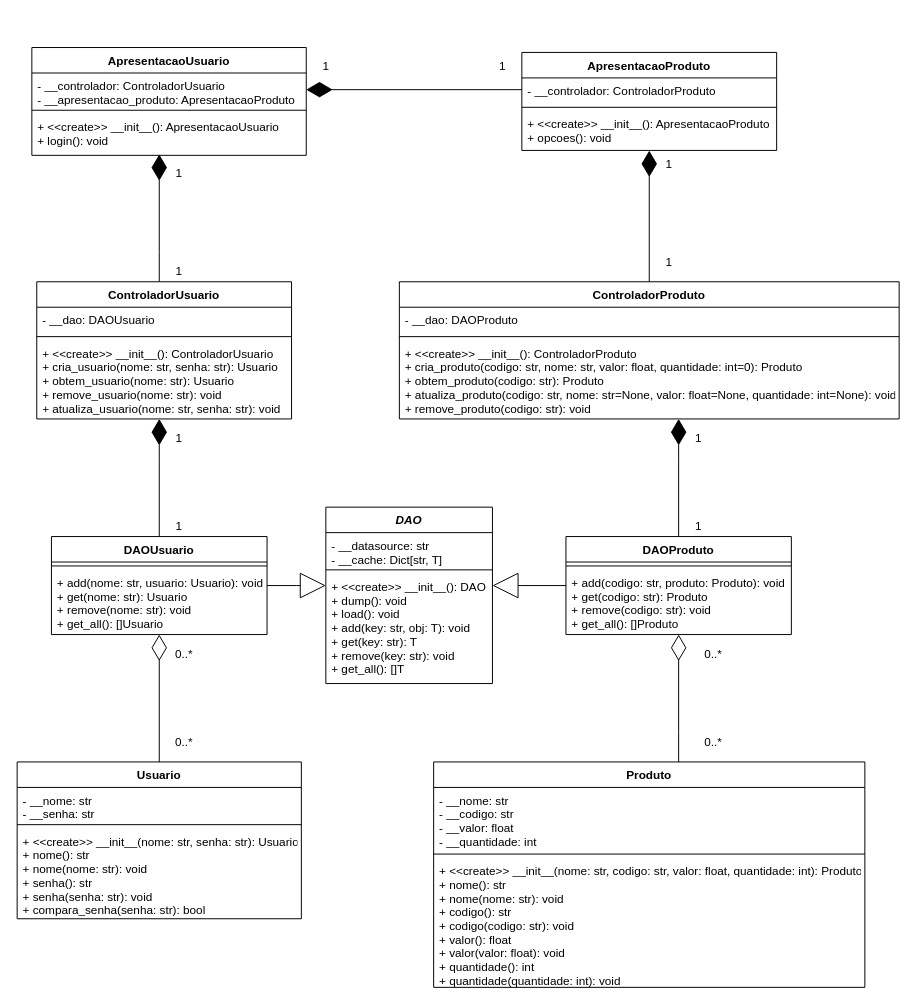
GianOrtiz/ine5404-exemplo-mvc keeps this draw.io diagram as UML.drawio. Above is the earlier version. Source tidied: cells renumbered, new cells numbered last; positions are measured from the earlier drawing's top-left corner, leaving out a move shared by most shapes. Both pictures are drawn from the tidied source at 98%, with x=0, y=0 at pixel (17, 47).
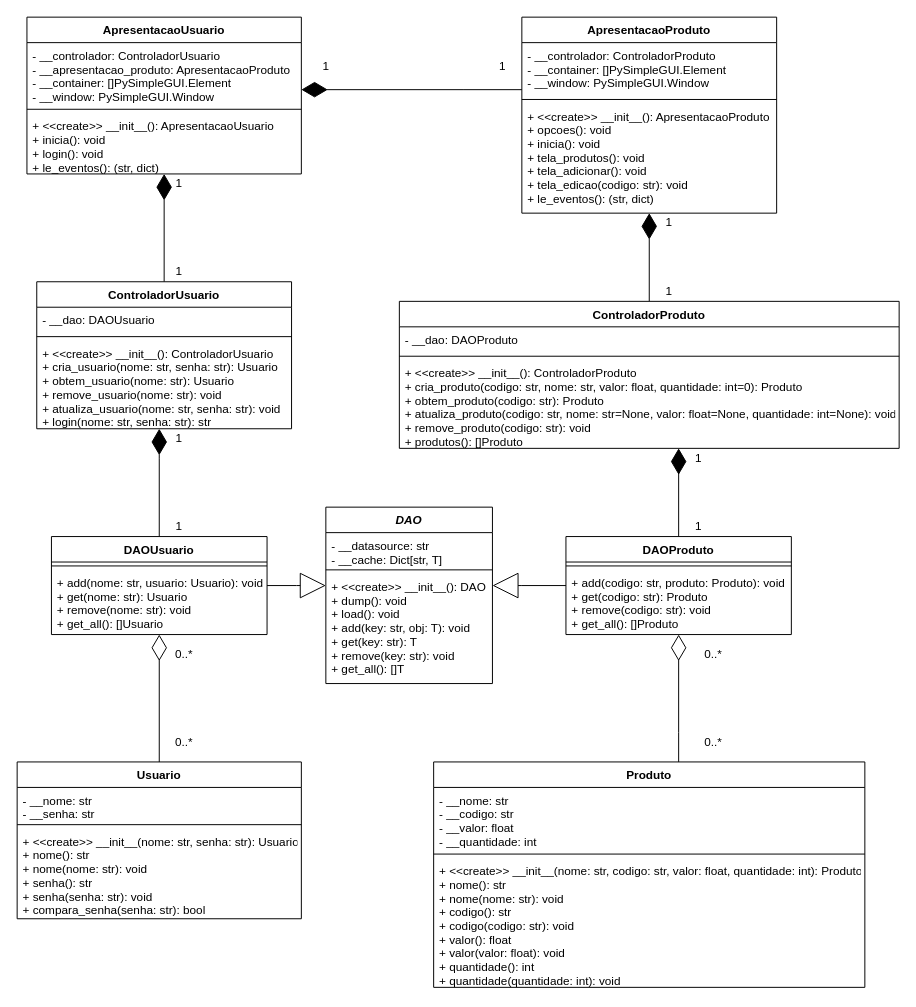
The same diagram, later.

Commit message (it also covers changes not shown here):
Use PySimpleGUI as GUI layout

Diff of the diagram source:
```diff
@@
     <mxCell id="2" value="ApresentacaoUsuario" style="swimlane;fontStyle=1;align=center;verticalAlign=top;horizontal=1;startSize=26;" parent="1" vertex="1">
-      <mxGeometry x="15" width="280" height="110" as="geometry" />
+      <mxGeometry x="10" y="-31" width="280" height="160" as="geometry" />
     </mxCell>
-    <mxCell id="3" value="- __controlador: ControladorUsuario&#10;- __apresentacao_produto: ApresentacaoProduto" style="text;strokeColor=none;fillColor=none;align=left;verticalAlign=top;spacingLeft=4;spacingRight=4;overflow=hidden;points=[[0,0.5],[1,0.5]];portConstraint=eastwest;" parent="2" vertex="1">
-      <mxGeometry y="26" width="280" height="34" as="geometry" />
+    <mxCell id="3" value="- __controlador: ControladorUsuario&#10;- __apresentacao_produto: ApresentacaoProduto&#10;- __container: []PySimpleGUI.Element&#10;- __window: PySimpleGUI.Window" style="text;strokeColor=none;fillColor=none;align=left;verticalAlign=top;spacingLeft=4;spacingRight=4;overflow=hidden;points=[[0,0.5],[1,0.5]];portConstraint=eastwest;" parent="2" vertex="1">
+      <mxGeometry y="26" width="280" height="64" as="geometry" />
     </mxCell>
     <mxCell id="4" style="line;strokeWidth=1;fillColor=none;align=left;verticalAlign=middle;spacingTop=-1;spacingLeft=3;spacingRight=3;labelPosition=right;" parent="2" vertex="1">
-      <mxGeometry y="60" width="280" height="8" as="geometry" />
+      <mxGeometry y="90" width="280" height="8" as="geometry" />
     </mxCell>
-    <mxCell id="5" value="+ &lt;&lt;create&gt;&gt; __init__(): ApresentacaoUsuario&#10;+ login(): void" style="text;strokeColor=none;fillColor=none;align=left;verticalAlign=top;spacingLeft=4;spacingRight=4;overflow=hidden;" parent="2" vertex="1">
-      <mxGeometry y="68" width="280" height="42" as="geometry" />
+    <mxCell id="5" value="+ &lt;&lt;create&gt;&gt; __init__(): ApresentacaoUsuario&#10;+ inicia(): void&#10;+ login(): void&#10;+ le_eventos(): (str, dict)" style="text;strokeColor=none;fillColor=none;align=left;verticalAlign=top;spacingLeft=4;spacingRight=4;overflow=hidden;" parent="2" vertex="1">
+      <mxGeometry y="98" width="280" height="62" as="geometry" />
     </mxCell>
@@
     <mxCell id="7" value="ApresentacaoProduto" style="swimlane;fontStyle=1;align=center;verticalAlign=top;horizontal=1;startSize=26;" parent="1" vertex="1">
-      <mxGeometry x="515" y="5" width="260" height="100" as="geometry" />
+      <mxGeometry x="515" y="-31" width="260" height="200" as="geometry" />
     </mxCell>
-    <mxCell id="8" value="- __controlador: ControladorProduto" style="text;strokeColor=none;fillColor=none;align=left;verticalAlign=top;spacingLeft=4;spacingRight=4;overflow=hidden;" parent="7" vertex="1">
-      <mxGeometry y="26" width="260" height="26" as="geometry" />
+    <mxCell id="8" value="- __controlador: ControladorProduto&#10;- __container: []PySimpleGUI.Element&#10;- __window: PySimpleGUI.Window&#10;" style="text;strokeColor=none;fillColor=none;align=left;verticalAlign=top;spacingLeft=4;spacingRight=4;overflow=hidden;" parent="7" vertex="1">
+      <mxGeometry y="26" width="260" height="54" as="geometry" />
     </mxCell>
     <mxCell id="9" style="line;strokeWidth=1;fillColor=none;align=left;verticalAlign=middle;spacingTop=-1;spacingLeft=3;spacingRight=3;labelPosition=right;" parent="7" vertex="1">
-      <mxGeometry y="52" width="260" height="8" as="geometry" />
+      <mxGeometry y="80" width="260" height="8" as="geometry" />
     </mxCell>
-    <mxCell id="10" value="+ &lt;&lt;create&gt;&gt; __init__(): ApresentacaoProduto&#10;+ opcoes(): void" style="text;strokeColor=none;fillColor=none;align=left;verticalAlign=top;spacingLeft=4;spacingRight=4;overflow=hidden;points=[[0,0.5],[1,0.5]];portConstraint=eastwest;" parent="7" vertex="1">
-      <mxGeometry y="60" width="260" height="40" as="geometry" />
+    <mxCell id="10" value="+ &lt;&lt;create&gt;&gt; __init__(): ApresentacaoProduto&#10;+ opcoes(): void&#10;+ inicia(): void&#10;+ tela_produtos(): void&#10;+ tela_adicionar(): void&#10;+ tela_edicao(codigo: str): void&#10;+ le_eventos(): (str, dict)&#10;" style="text;strokeColor=none;fillColor=none;align=left;verticalAlign=top;spacingLeft=4;spacingRight=4;overflow=hidden;points=[[0,0.5],[1,0.5]];portConstraint=eastwest;" parent="7" vertex="1">
+      <mxGeometry y="88" width="260" height="112" as="geometry" />
     </mxCell>
@@
-    <mxCell id="27" style="edgeStyle=orthogonalEdgeStyle;rounded=0;jettySize=auto;html=1;endArrow=diamondThin;endFill=1;endSize=24;" parent="1" edge="1" source="28">
-      <mxGeometry relative="1" as="geometry">
-        <mxPoint x="145" y="109" as="targetPoint" />
-        <Array as="points">
-          <mxPoint x="145" y="209" />
-          <mxPoint x="145" y="209" />
-        </Array>
-      </mxGeometry>
-    </mxCell>
+    <mxCell id="60" style="edgeStyle=orthogonalEdgeStyle;rounded=0;jettySize=auto;html=1;endArrow=diamondThin;endFill=1;endSize=24;" parent="1" edge="1" source="28" target="2">
+      <mxGeometry relative="1" as="geometry" />
+    </mxCell>
     <mxCell id="28" value="ControladorUsuario" style="swimlane;fontStyle=1;align=center;verticalAlign=top;horizontal=1;startSize=26;" parent="1" vertex="1">
-      <mxGeometry x="20" y="239" width="260" height="140" as="geometry" />
+      <mxGeometry x="20" y="239" width="260" height="150" as="geometry" />
     </mxCell>
@@
-    <mxCell id="31" value="+ &lt;&lt;create&gt;&gt; __init__(): ControladorUsuario&#10;+ cria_usuario(nome: str, senha: str): Usuario&#10;+ obtem_usuario(nome: str): Usuario&#10;+ remove_usuario(nome: str): void&#10;+ atualiza_usuario(nome: str, senha: str): void&#10;" style="text;strokeColor=none;fillColor=none;align=left;verticalAlign=top;spacingLeft=4;spacingRight=4;overflow=hidden;" parent="28" vertex="1">
-      <mxGeometry y="60" width="260" height="80" as="geometry" />
+    <mxCell id="31" value="+ &lt;&lt;create&gt;&gt; __init__(): ControladorUsuario&#10;+ cria_usuario(nome: str, senha: str): Usuario&#10;+ obtem_usuario(nome: str): Usuario&#10;+ remove_usuario(nome: str): void&#10;+ atualiza_usuario(nome: str, senha: str): void&#10;+ login(nome: str, senha: str): str&#10;" style="text;strokeColor=none;fillColor=none;align=left;verticalAlign=top;spacingLeft=4;spacingRight=4;overflow=hidden;" parent="28" vertex="1">
+      <mxGeometry y="60" width="260" height="90" as="geometry" />
     </mxCell>
@@
-    <mxCell id="37" style="edgeStyle=orthogonalEdgeStyle;rounded=0;jettySize=auto;html=1;entryX=0.5;entryY=1.004;entryDx=0;entryDy=0;entryPerimeter=0;endArrow=diamondThin;endFill=1;endSize=24;" parent="1" edge="1" source="38" target="10">
+    <mxCell id="37" style="edgeStyle=orthogonalEdgeStyle;rounded=0;jettySize=auto;html=1;endArrow=diamondThin;endFill=1;endSize=24;" parent="1" edge="1" source="38" target="7">
       <mxGeometry relative="1" as="geometry" />
     </mxCell>
     <mxCell id="38" value="ControladorProduto" style="swimlane;fontStyle=1;align=center;verticalAlign=top;horizontal=1;startSize=26;" parent="1" vertex="1">
-      <mxGeometry x="390" y="239" width="510" height="140" as="geometry" />
+      <mxGeometry x="390" y="259" width="510" height="150" as="geometry" />
     </mxCell>
@@
-    <mxCell id="41" value="+ &lt;&lt;create&gt;&gt; __init__(): ControladorProduto&#10;+ cria_produto(codigo: str, nome: str, valor: float, quantidade: int=0): Produto&#10;+ obtem_produto(codigo: str): Produto&#10;+ atualiza_produto(codigo: str, nome: str=None, valor: float=None, quantidade: int=None): void&#10;+ remove_produto(codigo: str): void&#10;" style="text;strokeColor=none;fillColor=none;align=left;verticalAlign=top;spacingLeft=4;spacingRight=4;overflow=hidden;" parent="38" vertex="1">
-      <mxGeometry y="60" width="510" height="80" as="geometry" />
+    <mxCell id="41" value="+ &lt;&lt;create&gt;&gt; __init__(): ControladorProduto&#10;+ cria_produto(codigo: str, nome: str, valor: float, quantidade: int=0): Produto&#10;+ obtem_produto(codigo: str): Produto&#10;+ atualiza_produto(codigo: str, nome: str=None, valor: float=None, quantidade: int=None): void&#10;+ remove_produto(codigo: str): void&#10;+ produtos(): []Produto&#10;&#10;" style="text;strokeColor=none;fillColor=none;align=left;verticalAlign=top;spacingLeft=4;spacingRight=4;overflow=hidden;" parent="38" vertex="1">
+      <mxGeometry y="60" width="510" height="90" as="geometry" />
     </mxCell>
@@
     <mxCell id="48" value="1" style="text;html=1;align=center;verticalAlign=middle;strokeColor=none;" parent="1" vertex="1">
-      <mxGeometry x="155" y="119" width="20" height="20" as="geometry" />
+      <mxGeometry x="155" y="129" width="20" height="20" as="geometry" />
     </mxCell>
@@
     <mxCell id="50" value="1" style="text;html=1;align=center;verticalAlign=middle;strokeColor=none;" parent="1" vertex="1">
-      <mxGeometry x="655" y="109" width="20" height="20" as="geometry" />
+      <mxGeometry x="655" y="239" width="20" height="20" as="geometry" />
     </mxCell>
     <mxCell id="51" value="1" style="text;html=1;align=center;verticalAlign=middle;strokeColor=none;" parent="1" vertex="1">
-      <mxGeometry x="655" y="209" width="20" height="20" as="geometry" />
+      <mxGeometry x="655" y="169" width="20" height="20" as="geometry" />
     </mxCell>
     <mxCell id="52" value="1" style="text;html=1;align=center;verticalAlign=middle;strokeColor=none;" parent="1" vertex="1">
-      <mxGeometry x="685" y="389" width="20" height="20" as="geometry" />
+      <mxGeometry x="685" y="409" width="20" height="20" as="geometry" />
     </mxCell>
```
